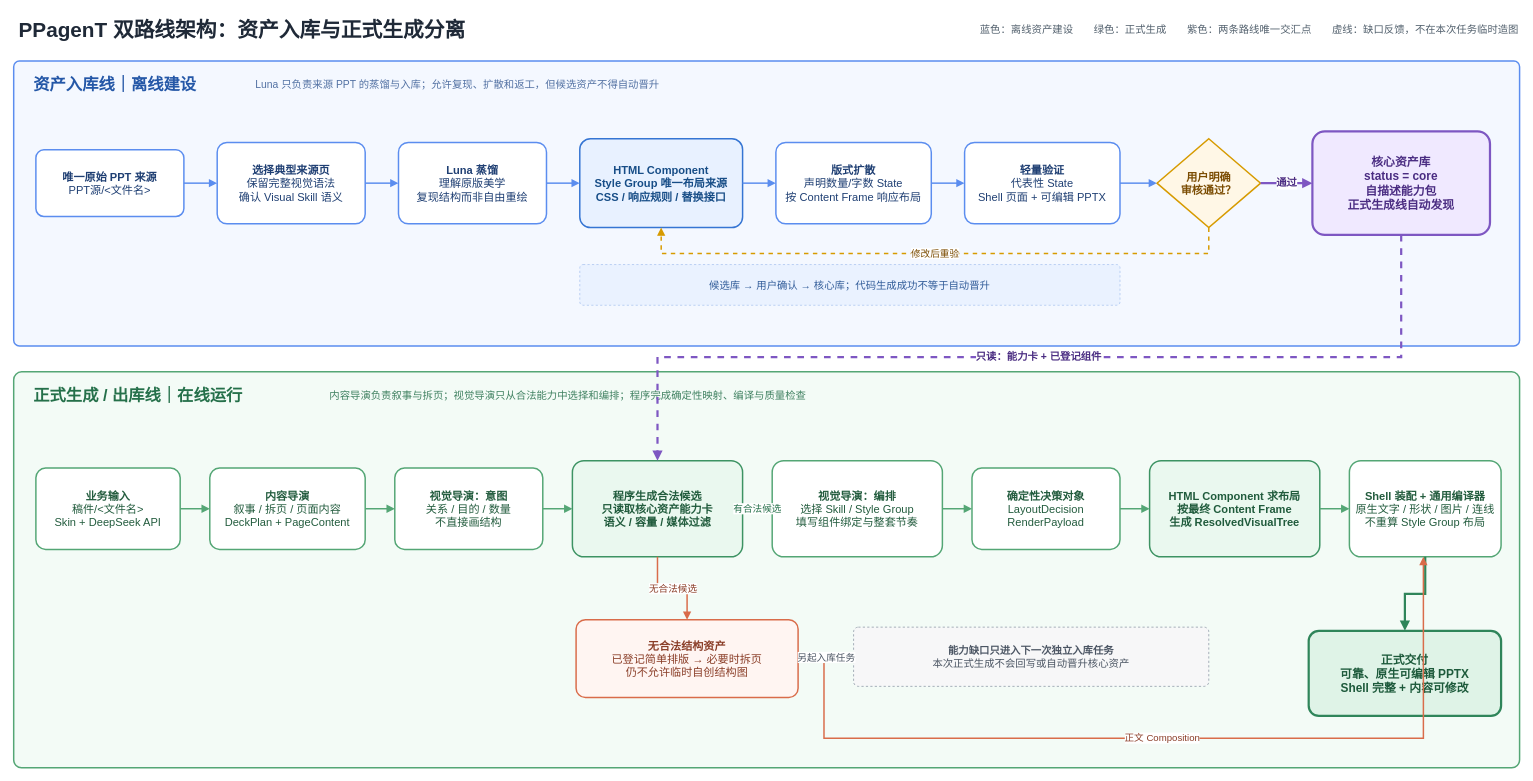
Before: docs/架构/PPagenT-资产入库线与正式生成线.drawio in NEUwpy/PPagenT, a draw.io diagram. Source tidied: cells renumbered, new cells numbered last; positions are measured from the earlier drawing's top-left corner, leaving out a move shared by most shapes. Both pictures are drawn from the tidied source at 74%, with x=0, y=0 at pixel (13, 13).
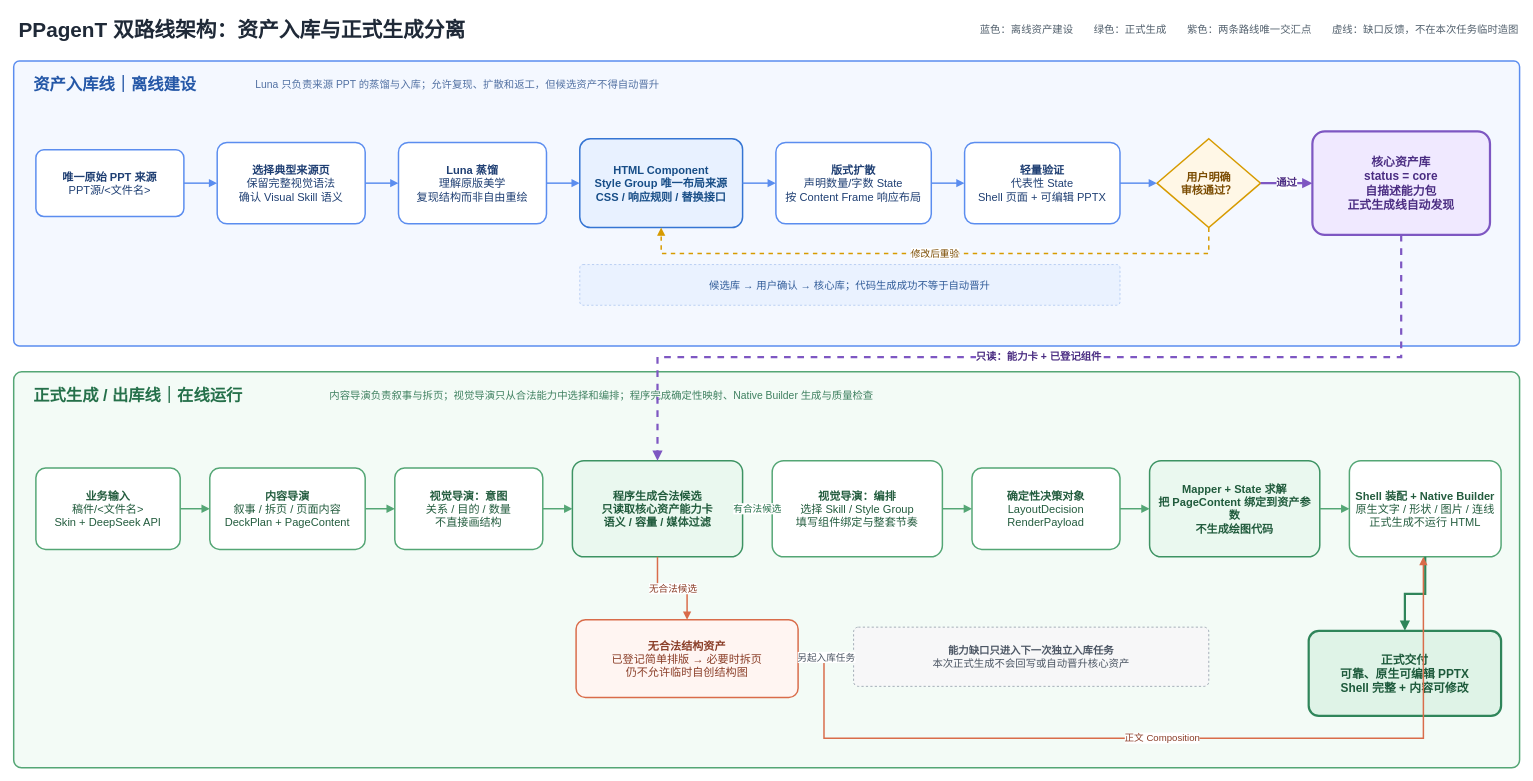
The same page after the edit.

Diff of the diagram source:
```diff
@@
-    <mxCell id="26" value="内容导演负责叙事与拆页；视觉导演只从合法能力中选择和编排；程序完成确定性映射、编译与质量检查" style="text;html=1;strokeColor=none;fillColor=none;align=left;verticalAlign=middle;fontSize=14;fontColor=#3F8060;" parent="1" vertex="1">
+    <mxCell id="26" value="内容导演负责叙事与拆页；视觉导演只从合法能力中选择和编排；程序完成确定性映射、Native Builder 生成与质量检查" style="text;html=1;strokeColor=none;fillColor=none;align=left;verticalAlign=middle;fontSize=14;fontColor=#3F8060;" parent="1" vertex="1">
       <mxGeometry x="425" y="502" width="1450" height="30" as="geometry" />
     </mxCell>
@@
-    <mxCell id="33" value="&lt;b&gt;HTML Component 求布局&lt;/b&gt;&lt;br&gt;按最终 Content Frame&lt;br&gt;生成 ResolvedVisualTree" style="rounded=1;whiteSpace=wrap;html=1;arcSize=12;fillColor=#EAF8EF;strokeColor=#3D9363;strokeWidth=2;fontSize=15;fontStyle=1;fontColor=#205B3C;spacing=8;" parent="1" vertex="1">
+    <mxCell id="33" value="&lt;b&gt;Mapper + State 求解&lt;/b&gt;&lt;br&gt;把 PageContent 绑定到资产参数&lt;br&gt;不生成绘图代码" style="rounded=1;whiteSpace=wrap;html=1;arcSize=12;fillColor=#EAF8EF;strokeColor=#3D9363;strokeWidth=2;fontSize=15;fontStyle=1;fontColor=#205B3C;spacing=8;" parent="1" vertex="1">
       <mxGeometry x="1535" y="605" width="230" height="130" as="geometry" />
     </mxCell>
-    <mxCell id="34" value="&lt;b&gt;Shell 装配 + 通用编译器&lt;/b&gt;&lt;br&gt;原生文字 / 形状 / 图片 / 连线&lt;br&gt;不重算 Style Group 布局" style="rounded=1;whiteSpace=wrap;html=1;arcSize=12;fillColor=#FFFFFF;strokeColor=#54A675;strokeWidth=2;fontSize=15;fontColor=#235C3E;spacing=8;" parent="1" vertex="1">
+    <mxCell id="34" value="&lt;b&gt;Shell 装配 + Native Builder&lt;/b&gt;&lt;br&gt;原生文字 / 形状 / 图片 / 连线&lt;br&gt;正式生成不运行 HTML" style="rounded=1;whiteSpace=wrap;html=1;arcSize=12;fillColor=#FFFFFF;strokeColor=#54A675;strokeWidth=2;fontSize=15;fontColor=#235C3E;spacing=8;" parent="1" vertex="1">
       <mxGeometry x="1805" y="605" width="205" height="130" as="geometry" />
     </mxCell>
```
